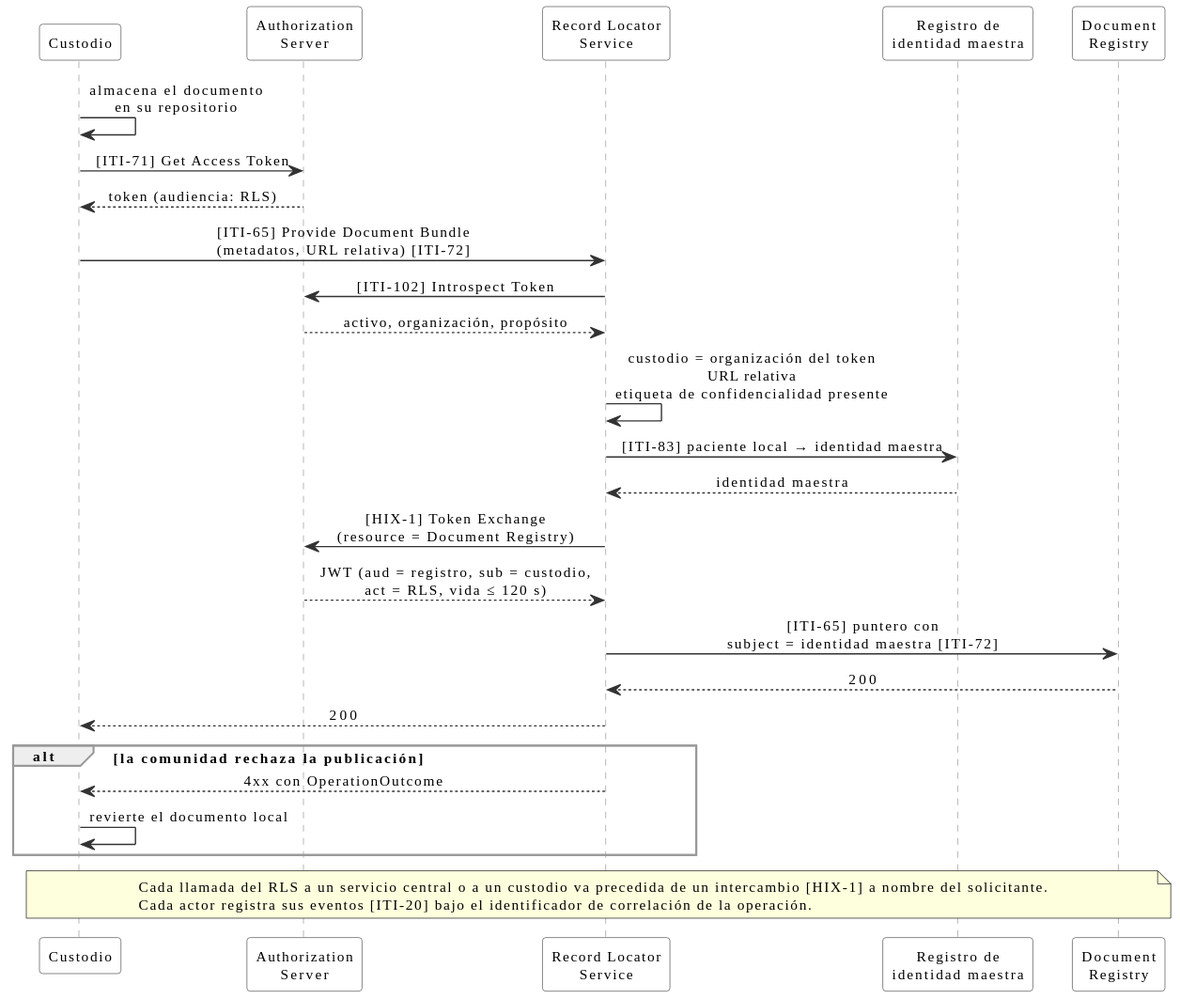
meddyg/HIX keeps this PlantUML diagram as input/images/hix-flujo-publicacion.svg. Above is the earlier version. Source of this version:
```plantuml
@startuml
skinparam shadowing false
skinparam defaultFontName Verdana
skinparam defaultFontSize 11
skinparam sequenceMessageAlign center
skinparam ParticipantPadding 10
skinparam sequence {
  ArrowColor #333333
  LifeLineBorderColor #999999
  ParticipantBorderColor #555555
  ParticipantBackgroundColor white
  GroupBorderColor #999999
}

participant "Custodio" as K
participant "Authorization\nServer" as AS
participant "Record Locator\nService" as RLS
participant "Registro de\nidentidad maestra" as PMIR
participant "Document\nRegistry" as REG

K -> K : almacena el documento\nen su repositorio
K -> AS : [ITI-71] Get Access Token
AS --> K : token (audiencia: RLS)
K -> RLS : [ITI-65] Provide Document Bundle\n(metadatos, URL relativa) [ITI-72]
RLS -> AS : [ITI-102] Introspect Token
AS --> RLS : activo, organización, propósito
RLS -> RLS : custodio = organización del token\nURL relativa\netiqueta de confidencialidad presente
RLS -> PMIR : [ITI-83] paciente local → identidad maestra
PMIR --> RLS : identidad maestra
RLS -> AS : [HIX-1] Token Exchange\n(resource = Document Registry)
AS --> RLS : JWT (aud = registro, sub = custodio,\nact = RLS, vida ≤ 120 s)
RLS -> REG : [ITI-65] puntero con\nsubject = identidad maestra [ITI-72]
REG --> RLS : 200
RLS --> K : 200
alt la comunidad rechaza la publicación
  RLS --> K : 4xx con OperationOutcome
  K -> K : revierte el documento local
end
note over K, REG : Cada llamada del RLS a un servicio central o a un custodio va precedida de un intercambio [HIX-1] a nombre del solicitante.\nCada actor registra sus eventos [ITI-20] bajo el identificador de correlación de la operación.
@enduml
```
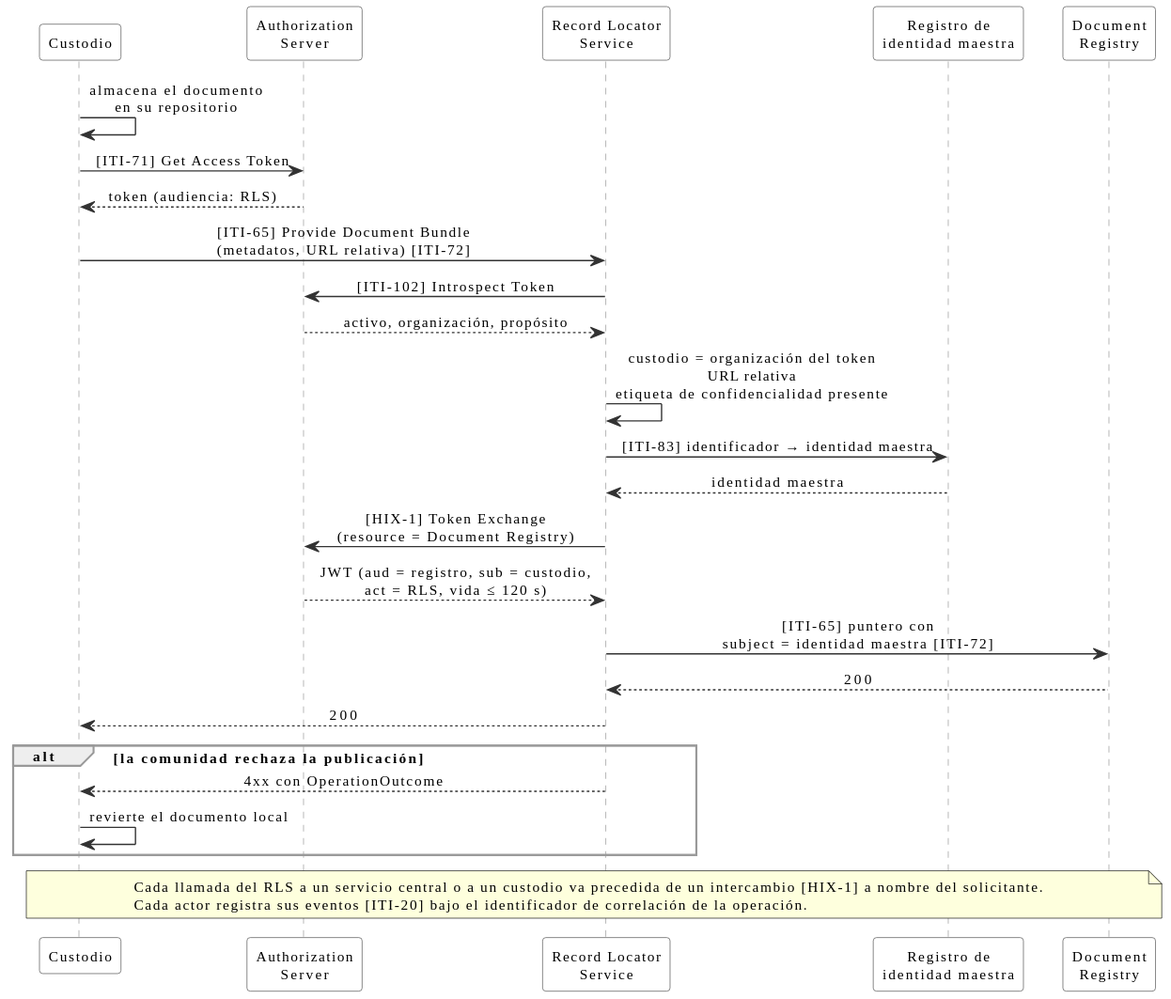
Later version of the same file.

What changed in the source:
```diff
@@ -25,7 +25,7 @@
 RLS -> AS : [ITI-102] Introspect Token
 AS --> RLS : activo, organización, propósito
 RLS -> RLS : custodio = organización del token\nURL relativa\netiqueta de confidencialidad presente
-RLS -> PMIR : [ITI-83] paciente local → identidad maestra
+RLS -> PMIR : [ITI-83] identificador → identidad maestra
 PMIR --> RLS : identidad maestra
 RLS -> AS : [HIX-1] Token Exchange\n(resource = Document Registry)
 AS --> RLS : JWT (aud = registro, sub = custodio,\nact = RLS, vida ≤ 120 s)
```
